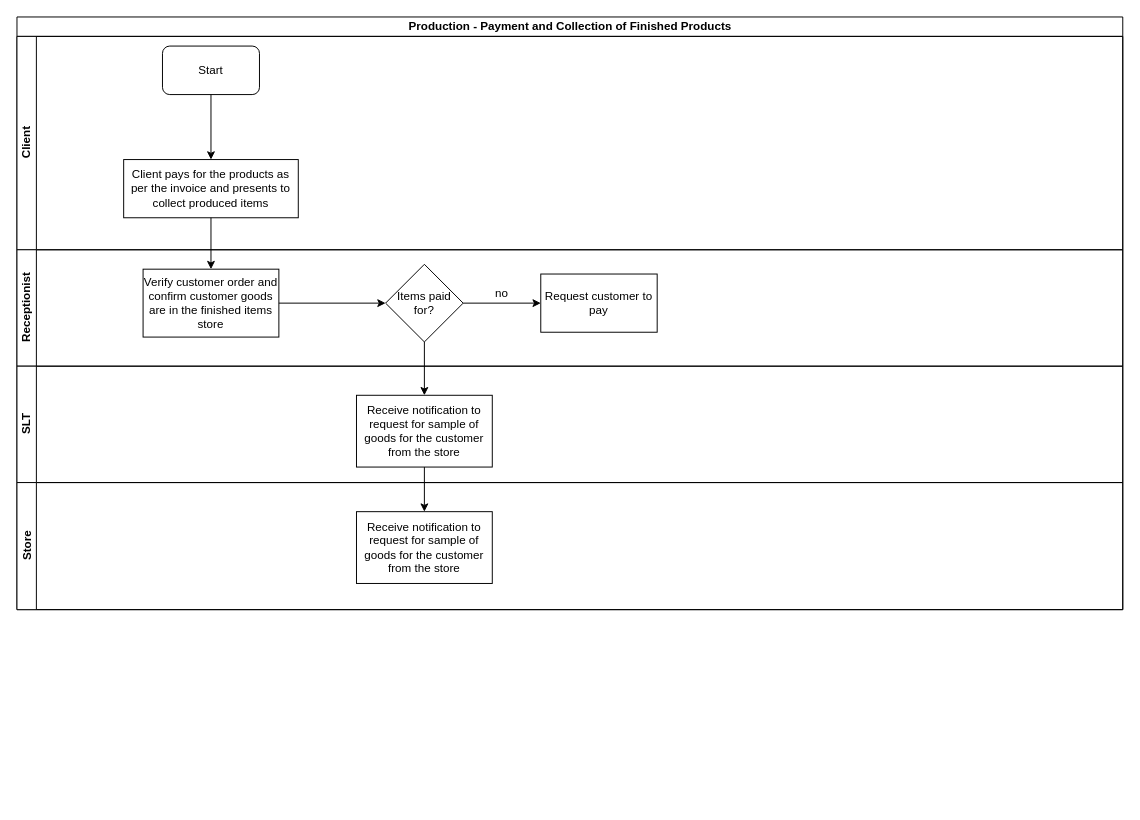
Before: LC-Payment and Collection of Finished Products.drawio in kmagua/flowcharts, a draw.io diagram. Source tidied: cells renumbered, new cells numbered last; positions are measured from the earlier drawing's top-left corner, leaving out a move shared by most shapes. Both pictures are drawn from the tidied source at 97%, with x=0, y=0 at pixel (16, 16).
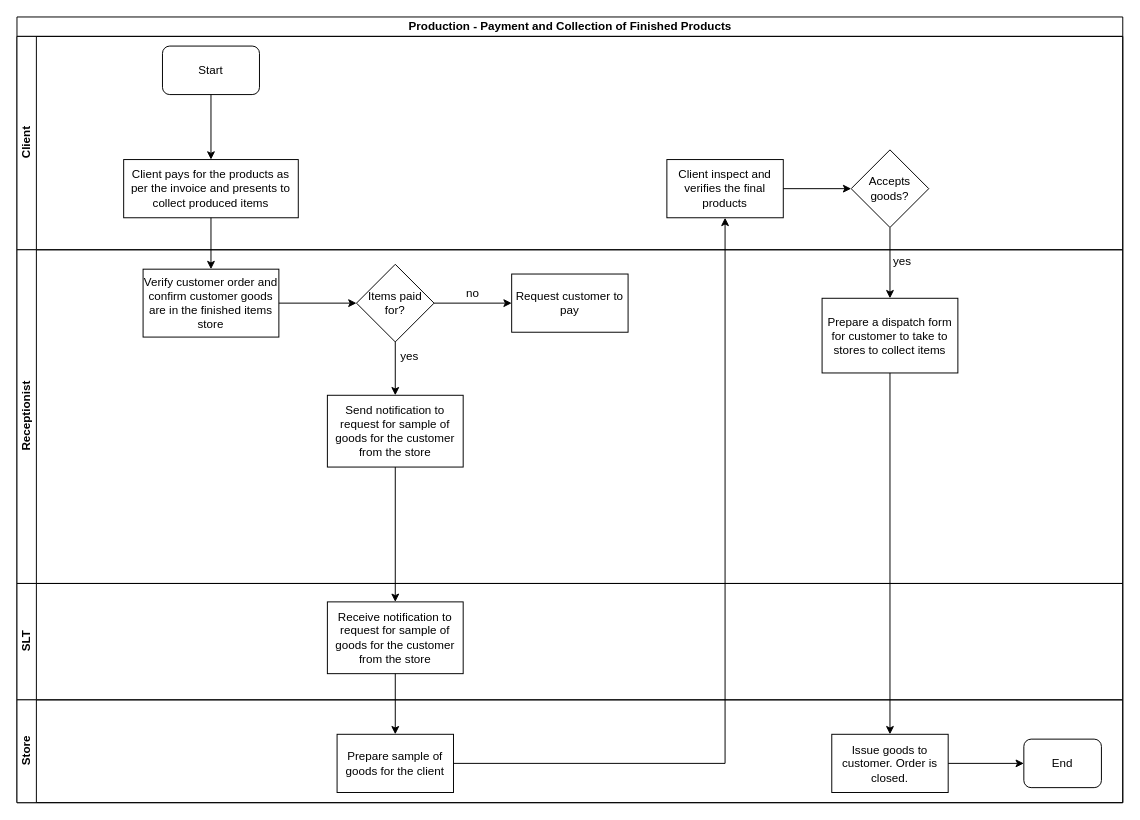
The same page after the edit.

The change refers to these unchanged cells:
```xml
<mxCell id="5" value="Client pays for the products as per the invoice and presents to collect produced items" style="rounded=0;whiteSpace=wrap;html=1;" parent="3" vertex="1">
  <mxGeometry x="110" y="127" width="180" height="60" as="geometry" />
</mxCell>
<mxCell id="8" value="Verify customer order and confirm customer goods are in the finished items store" style="whiteSpace=wrap;html=1;rounded=0;" parent="7" vertex="1">
  <mxGeometry x="130" y="20" width="140" height="70" as="geometry" />
</mxCell>
```

What changed in the source:
```diff
@@
     <mxCell id="2" value="Production - Payment and Collection of Finished Products" style="swimlane;html=1;horizontal=1;startSize=20;" parent="1" vertex="1">
-      <mxGeometry width="1140" height="611" as="geometry" />
+      <mxGeometry width="1140" height="810" as="geometry" />
     </mxCell>
@@
     <mxCell id="7" value="Receptionist" style="swimlane;html=1;startSize=20;horizontal=0;" parent="2" vertex="1">
-      <mxGeometry y="240" width="1140" height="120" as="geometry" />
+      <mxGeometry y="240" width="1140" height="344" as="geometry" />
     </mxCell>
@@
+    <mxCell id="21" value="Client inspect and verifies the final products" style="whiteSpace=wrap;html=1;rounded=0;" parent="7" vertex="1">
+      <mxGeometry x="670" y="-93" width="120" height="60" as="geometry" />
+    </mxCell>
+    <mxCell id="22" style="edgeStyle=orthogonalEdgeStyle;rounded=0;jettySize=auto;html=1;" parent="7" edge="1" source="23" target="26">
+      <mxGeometry relative="1" as="geometry" />
+    </mxCell>
+    <mxCell id="23" value="Accepts goods?" style="rhombus;whiteSpace=wrap;html=1;rounded=0;" parent="7" vertex="1">
+      <mxGeometry x="860" y="-103" width="80" height="80" as="geometry" />
+    </mxCell>
+    <mxCell id="24" style="edgeStyle=orthogonalEdgeStyle;rounded=0;jettySize=auto;html=1;" parent="7" edge="1" source="21" target="23">
+      <mxGeometry relative="1" as="geometry" />
+    </mxCell>
     <mxCell id="9" value="Request customer to pay" style="whiteSpace=wrap;html=1;rounded=0;" parent="7" vertex="1">
-      <mxGeometry x="540" y="25" width="120" height="60" as="geometry" />
+      <mxGeometry x="510" y="25" width="120" height="60" as="geometry" />
     </mxCell>
     <mxCell id="10" value="no" style="text;html=1;strokeColor=none;fillColor=none;align=center;verticalAlign=middle;whiteSpace=wrap;rounded=0;" parent="7" vertex="1">
-      <mxGeometry x="480" y="35" width="40" height="20" as="geometry" />
+      <mxGeometry x="450" y="35" width="40" height="20" as="geometry" />
     </mxCell>
-    <mxCell id="11" value="SLT" style="swimlane;html=1;startSize=20;horizontal=0;" parent="2" vertex="1">
-      <mxGeometry y="360" width="1140" height="120" as="geometry" />
-    </mxCell>
+    <mxCell id="25" value="yes" style="text;html=1;strokeColor=none;fillColor=none;align=center;verticalAlign=middle;whiteSpace=wrap;rounded=0;" parent="7" vertex="1">
+      <mxGeometry x="385" y="100" width="40" height="20" as="geometry" />
+    </mxCell>
-    <mxCell id="12" value="Receive notification to request for sample of goods for the customer from the store" style="whiteSpace=wrap;html=1;rounded=0;" parent="11" vertex="1">
-      <mxGeometry x="350" y="30" width="140" height="74" as="geometry" />
+    <mxCell id="12" value="Send notification to request for sample of goods for the customer from the store" style="whiteSpace=wrap;html=1;rounded=0;" parent="7" vertex="1">
+      <mxGeometry x="320" y="150" width="140" height="74" as="geometry" />
     </mxCell>
-    <mxCell id="13" style="edgeStyle=orthogonalEdgeStyle;rounded=0;jettySize=auto;html=1;" parent="2" edge="1" source="5" target="8">
-      <mxGeometry relative="1" as="geometry" />
-    </mxCell>
-    <mxCell id="14" value="Store" style="swimlane;html=1;startSize=20;horizontal=0;" parent="2" vertex="1">
-      <mxGeometry y="480" width="1140" height="131" as="geometry" />
-    </mxCell>
-    <mxCell id="15" value="Receive notification to request for sample of goods for the customer from the store" style="whiteSpace=wrap;html=1;rounded=0;" parent="14" vertex="1">
-      <mxGeometry x="350" y="30" width="140" height="74" as="geometry" />
-    </mxCell>
-    <mxCell id="16" style="edgeStyle=orthogonalEdgeStyle;rounded=0;jettySize=auto;html=1;entryX=0.5;entryY=0;entryDx=0;entryDy=0;" parent="2" edge="1" source="12" target="15">
-      <mxGeometry relative="1" as="geometry" />
-    </mxCell>
-    <mxCell id="17" style="edgeStyle=orthogonalEdgeStyle;rounded=0;jettySize=auto;html=1;" parent="1" edge="1" source="19" target="9">
+    <mxCell id="17" style="edgeStyle=orthogonalEdgeStyle;rounded=0;jettySize=auto;html=1;" parent="7" edge="1" source="19" target="9">
       <mxGeometry relative="1" as="geometry" />
     </mxCell>
-    <mxCell id="18" style="edgeStyle=orthogonalEdgeStyle;rounded=0;jettySize=auto;html=1;" parent="1" edge="1" source="19" target="12">
+    <mxCell id="18" style="edgeStyle=orthogonalEdgeStyle;rounded=0;jettySize=auto;html=1;" parent="7" edge="1" source="19" target="12">
       <mxGeometry relative="1" as="geometry" />
     </mxCell>
-    <mxCell id="19" value="Items paid for?" style="rhombus;whiteSpace=wrap;html=1;rounded=0;" parent="1" vertex="1">
-      <mxGeometry x="380" y="255" width="80" height="80" as="geometry" />
+    <mxCell id="19" value="Items paid for?" style="rhombus;whiteSpace=wrap;html=1;rounded=0;" parent="7" vertex="1">
+      <mxGeometry x="350" y="15" width="80" height="80" as="geometry" />
     </mxCell>
-    <mxCell id="20" style="edgeStyle=orthogonalEdgeStyle;rounded=0;jettySize=auto;html=1;" parent="1" edge="1" source="8" target="19">
+    <mxCell id="20" style="edgeStyle=orthogonalEdgeStyle;rounded=0;jettySize=auto;html=1;" parent="7" edge="1" source="8" target="19">
       <mxGeometry relative="1" as="geometry" />
     </mxCell>
+    <mxCell id="26" value="Prepare a dispatch form for customer to take to stores to collect items" style="whiteSpace=wrap;html=1;rounded=0;" parent="7" vertex="1">
+      <mxGeometry x="830" y="50" width="140" height="77" as="geometry" />
+    </mxCell>
+    <mxCell id="27" value="yes" style="text;html=1;strokeColor=none;fillColor=none;align=center;verticalAlign=middle;whiteSpace=wrap;rounded=0;" parent="7" vertex="1">
+      <mxGeometry x="893" y="2" width="40" height="20" as="geometry" />
+    </mxCell>
+    <mxCell id="11" value="SLT" style="swimlane;html=1;startSize=20;horizontal=0;" parent="2" vertex="1">
+      <mxGeometry y="584" width="1140" height="120" as="geometry" />
+    </mxCell>
+    <mxCell id="15" value="Receive notification to request for sample of goods for the customer from the store" style="whiteSpace=wrap;html=1;rounded=0;" parent="11" vertex="1">
+      <mxGeometry x="320" y="19" width="140" height="74" as="geometry" />
+    </mxCell>
+    <mxCell id="13" style="edgeStyle=orthogonalEdgeStyle;rounded=0;jettySize=auto;html=1;" parent="2" edge="1" source="5" target="8">
+      <mxGeometry relative="1" as="geometry" />
+    </mxCell>
+    <mxCell id="14" value="Store" style="swimlane;html=1;startSize=20;horizontal=0;" parent="2" vertex="1">
+      <mxGeometry y="704" width="1140" height="106" as="geometry" />
+    </mxCell>
+    <mxCell id="28" value="Prepare sample of goods for the client" style="whiteSpace=wrap;html=1;rounded=0;" parent="14" vertex="1">
+      <mxGeometry x="330" y="35.5" width="120" height="60" as="geometry" />
+    </mxCell>
+    <mxCell id="29" value="Issue goods to customer. Order is closed." style="whiteSpace=wrap;html=1;rounded=0;" parent="14" vertex="1">
+      <mxGeometry x="840" y="35.5" width="120" height="60" as="geometry" />
+    </mxCell>
+    <mxCell id="30" value="End" style="rounded=1;whiteSpace=wrap;html=1;" parent="14" vertex="1">
+      <mxGeometry x="1038" y="40.5" width="80" height="50" as="geometry" />
+    </mxCell>
+    <mxCell id="31" style="edgeStyle=orthogonalEdgeStyle;rounded=0;jettySize=auto;html=1;entryX=0;entryY=0.5;entryDx=0;entryDy=0;" parent="14" edge="1" source="29" target="30">
+      <mxGeometry relative="1" as="geometry" />
+    </mxCell>
+    <mxCell id="32" style="edgeStyle=orthogonalEdgeStyle;rounded=0;jettySize=auto;html=1;" parent="2" edge="1" source="26" target="29">
+      <mxGeometry relative="1" as="geometry" />
+    </mxCell>
+    <mxCell id="16" style="edgeStyle=orthogonalEdgeStyle;rounded=0;jettySize=auto;html=1;entryX=0.5;entryY=0;entryDx=0;entryDy=0;" parent="2" edge="1" source="12" target="15">
+      <mxGeometry relative="1" as="geometry" />
+    </mxCell>
+    <mxCell id="33" style="edgeStyle=orthogonalEdgeStyle;rounded=0;jettySize=auto;html=1;exitX=1;exitY=0.5;exitDx=0;exitDy=0;" parent="2" edge="1" source="28" target="21">
+      <mxGeometry relative="1" as="geometry" />
+    </mxCell>
+    <mxCell id="34" style="edgeStyle=orthogonalEdgeStyle;rounded=0;jettySize=auto;html=1;" parent="2" edge="1" source="15" target="28">
+      <mxGeometry relative="1" as="geometry" />
+    </mxCell>
```
